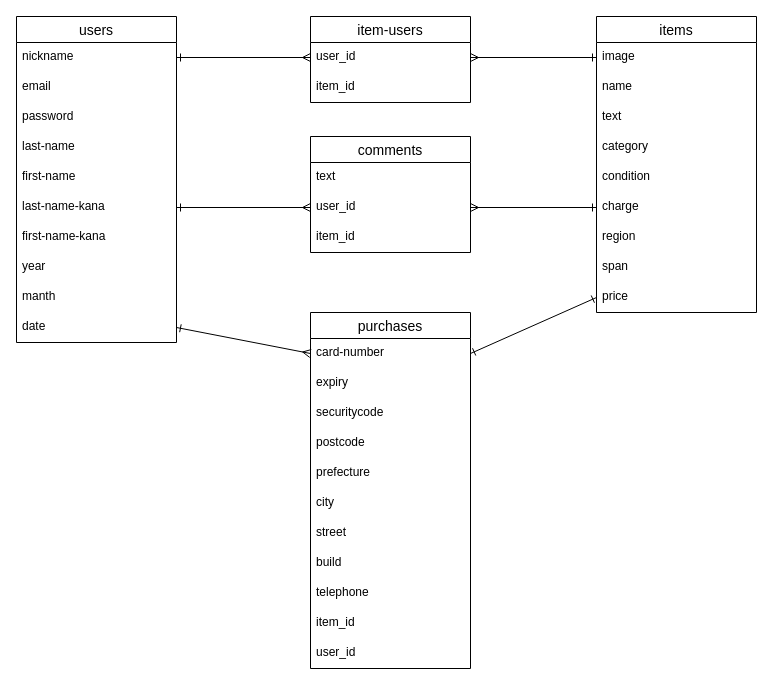
This is furima-40823.dio from calamelmaiku/furima-40823, a draw.io file, before an edit. Source tidied: cells renumbered, new cells numbered last; positions are measured from the earlier drawing's top-left corner, leaving out a move shared by most shapes. Both pictures are drawn from the tidied source at 100%, with x=0, y=0 at pixel (16, 16).
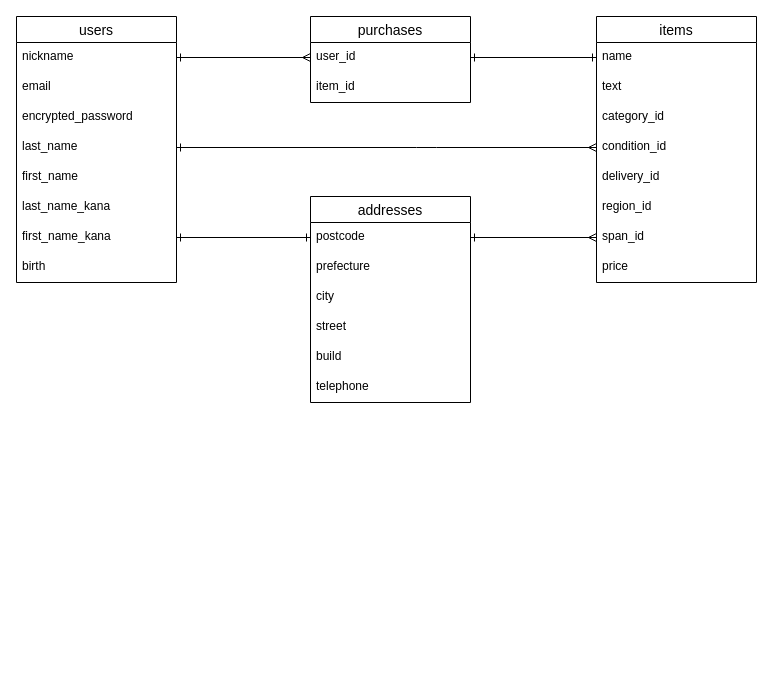
After the change.

Unchanged cells that the change refers to:
```xml
<mxCell id="40" value="user_id" style="text;strokeColor=none;fillColor=none;spacingLeft=4;spacingRight=4;overflow=hidden;points=[[0,0.5],[1,0.5]];portConstraint=eastwest;fontSize=12;" parent="39" vertex="1">
  <mxGeometry y="26" width="160" height="30" as="geometry" />
</mxCell>
```

What changed in the source:
```diff
@@
     <mxCell id="2" value="items" style="swimlane;fontStyle=0;horizontal=1;startSize=26;align=center;fontSize=14;" parent="1" vertex="1">
-      <mxGeometry x="580" width="160" height="296" as="geometry" />
+      <mxGeometry x="580" width="160" height="266" as="geometry" />
     </mxCell>
-    <mxCell id="3" value="image" style="text;strokeColor=none;fillColor=none;spacingLeft=4;spacingRight=4;overflow=hidden;points=[[0,0.5],[1,0.5]];portConstraint=eastwest;fontSize=12;" parent="2" vertex="1">
-      <mxGeometry y="26" width="160" height="30" as="geometry" />
-    </mxCell>
     <mxCell id="4" value="name" style="text;strokeColor=none;fillColor=none;spacingLeft=4;spacingRight=4;overflow=hidden;fontSize=12;" parent="2" vertex="1">
-      <mxGeometry y="56" width="160" height="30" as="geometry" />
+      <mxGeometry y="26" width="160" height="30" as="geometry" />
     </mxCell>
     <mxCell id="5" value="text" style="text;strokeColor=none;fillColor=none;spacingLeft=4;spacingRight=4;overflow=hidden;fontSize=12;" parent="2" vertex="1">
-      <mxGeometry y="86" width="160" height="30" as="geometry" />
+      <mxGeometry y="56" width="160" height="30" as="geometry" />
     </mxCell>
-    <mxCell id="6" value="category" style="text;strokeColor=none;fillColor=none;spacingLeft=4;spacingRight=4;overflow=hidden;fontSize=12;" parent="2" vertex="1">
-      <mxGeometry y="116" width="160" height="30" as="geometry" />
+    <mxCell id="6" value="category_id" style="text;strokeColor=none;fillColor=none;spacingLeft=4;spacingRight=4;overflow=hidden;fontSize=12;" parent="2" vertex="1">
+      <mxGeometry y="86" width="160" height="30" as="geometry" />
     </mxCell>
-    <mxCell id="7" value="condition" style="text;strokeColor=none;fillColor=none;spacingLeft=4;spacingRight=4;overflow=hidden;points=[[0,0.5],[1,0.5]];portConstraint=eastwest;fontSize=12;" parent="2" vertex="1">
-      <mxGeometry y="146" width="160" height="30" as="geometry" />
+    <mxCell id="7" value="condition_id" style="text;strokeColor=none;fillColor=none;spacingLeft=4;spacingRight=4;overflow=hidden;points=[[0,0.5],[1,0.5]];portConstraint=eastwest;fontSize=12;" parent="2" vertex="1">
+      <mxGeometry y="116" width="160" height="30" as="geometry" />
     </mxCell>
-    <mxCell id="8" value="charge" style="text;strokeColor=none;fillColor=none;spacingLeft=4;spacingRight=4;overflow=hidden;points=[[0,0.5],[1,0.5]];portConstraint=eastwest;fontSize=12;" parent="2" vertex="1">
-      <mxGeometry y="176" width="160" height="30" as="geometry" />
+    <mxCell id="8" value="delivery_id" style="text;strokeColor=none;fillColor=none;spacingLeft=4;spacingRight=4;overflow=hidden;points=[[0,0.5],[1,0.5]];portConstraint=eastwest;fontSize=12;" parent="2" vertex="1">
+      <mxGeometry y="146" width="160" height="30" as="geometry" />
     </mxCell>
-    <mxCell id="9" value="region" style="text;strokeColor=none;fillColor=none;spacingLeft=4;spacingRight=4;overflow=hidden;fontSize=12;" parent="2" vertex="1">
-      <mxGeometry y="206" width="160" height="30" as="geometry" />
+    <mxCell id="9" value="region_id" style="text;strokeColor=none;fillColor=none;spacingLeft=4;spacingRight=4;overflow=hidden;fontSize=12;" parent="2" vertex="1">
+      <mxGeometry y="176" width="160" height="30" as="geometry" />
     </mxCell>
-    <mxCell id="10" value="span" style="text;strokeColor=none;fillColor=none;spacingLeft=4;spacingRight=4;overflow=hidden;points=[[0,0.5],[1,0.5]];portConstraint=eastwest;fontSize=12;" parent="2" vertex="1">
-      <mxGeometry y="236" width="160" height="30" as="geometry" />
+    <mxCell id="10" value="span_id" style="text;strokeColor=none;fillColor=none;spacingLeft=4;spacingRight=4;overflow=hidden;points=[[0,0.5],[1,0.5]];portConstraint=eastwest;fontSize=12;" parent="2" vertex="1">
+      <mxGeometry y="206" width="160" height="30" as="geometry" />
     </mxCell>
     <mxCell id="11" value="price" style="text;strokeColor=none;fillColor=none;spacingLeft=4;spacingRight=4;overflow=hidden;points=[[0,0.5],[1,0.5]];portConstraint=eastwest;fontSize=12;" parent="2" vertex="1">
-      <mxGeometry y="266" width="160" height="30" as="geometry" />
+      <mxGeometry y="236" width="160" height="30" as="geometry" />
     </mxCell>
-    <mxCell id="12" value="comments" style="swimlane;fontStyle=0;horizontal=1;startSize=26;align=center;fontSize=14;" parent="1" vertex="1">
-      <mxGeometry x="294" y="120" width="160" height="116" as="geometry" />
-    </mxCell>
-    <mxCell id="13" value="text" style="text;strokeColor=none;fillColor=none;spacingLeft=4;spacingRight=4;overflow=hidden;fontSize=12;" parent="12" vertex="1">
-      <mxGeometry y="26" width="160" height="30" as="geometry" />
-    </mxCell>
-    <mxCell id="14" value="user_id" style="text;strokeColor=none;fillColor=none;spacingLeft=4;spacingRight=4;overflow=hidden;points=[[0,0.5],[1,0.5]];portConstraint=eastwest;fontSize=12;" parent="12" vertex="1">
-      <mxGeometry y="56" width="160" height="30" as="geometry" />
-    </mxCell>
-    <mxCell id="15" value="item_id" style="text;strokeColor=none;fillColor=none;spacingLeft=4;spacingRight=4;overflow=hidden;fontSize=12;" parent="12" vertex="1">
-      <mxGeometry y="86" width="160" height="30" as="geometry" />
-    </mxCell>
-    <mxCell id="16" value="purchases" style="swimlane;fontStyle=0;horizontal=1;startSize=26;align=center;fontSize=14;" parent="1" vertex="1">
-      <mxGeometry x="294" y="296" width="160" height="356" as="geometry" />
+    <mxCell id="16" value="addresses" style="swimlane;fontStyle=0;horizontal=1;startSize=26;align=center;fontSize=14;" parent="1" vertex="1">
+      <mxGeometry x="294" y="180" width="160" height="206" as="geometry" />
     </mxCell>
-    <mxCell id="17" value="card-number" style="text;strokeColor=none;fillColor=none;spacingLeft=4;spacingRight=4;overflow=hidden;points=[[0,0.5],[1,0.5]];portConstraint=eastwest;fontSize=12;" parent="16" vertex="1">
-      <mxGeometry y="26" width="160" height="30" as="geometry" />
-    </mxCell>
-    <mxCell id="18" value="expiry" style="text;strokeColor=none;fillColor=none;spacingLeft=4;spacingRight=4;overflow=hidden;fontSize=12;" parent="16" vertex="1">
-      <mxGeometry y="56" width="160" height="30" as="geometry" />
-    </mxCell>
-    <mxCell id="19" value="securitycode" style="text;strokeColor=none;fillColor=none;spacingLeft=4;spacingRight=4;overflow=hidden;fontSize=12;" parent="16" vertex="1">
-      <mxGeometry y="86" width="160" height="30" as="geometry" />
-    </mxCell>
     <mxCell id="20" value="postcode" style="text;strokeColor=none;fillColor=none;spacingLeft=4;spacingRight=4;overflow=hidden;points=[[0,0.5],[1,0.5]];portConstraint=eastwest;fontSize=12;" parent="16" vertex="1">
-      <mxGeometry y="116" width="160" height="30" as="geometry" />
+      <mxGeometry y="26" width="160" height="30" as="geometry" />
     </mxCell>
     <mxCell id="21" value="prefecture" style="text;strokeColor=none;fillColor=none;spacingLeft=4;spacingRight=4;overflow=hidden;fontSize=12;" parent="16" vertex="1">
-      <mxGeometry y="146" width="160" height="30" as="geometry" />
+      <mxGeometry y="56" width="160" height="30" as="geometry" />
     </mxCell>
     <mxCell id="22" value="city" style="text;strokeColor=none;fillColor=none;spacingLeft=4;spacingRight=4;overflow=hidden;fontSize=12;" parent="16" vertex="1">
-      <mxGeometry y="176" width="160" height="30" as="geometry" />
+      <mxGeometry y="86" width="160" height="30" as="geometry" />
     </mxCell>
     <mxCell id="23" value="street" style="text;strokeColor=none;fillColor=none;spacingLeft=4;spacingRight=4;overflow=hidden;fontSize=12;" parent="16" vertex="1">
-      <mxGeometry y="206" width="160" height="30" as="geometry" />
+      <mxGeometry y="116" width="160" height="30" as="geometry" />
     </mxCell>
     <mxCell id="24" value="build" style="text;strokeColor=none;fillColor=none;spacingLeft=4;spacingRight=4;overflow=hidden;fontSize=12;" parent="16" vertex="1">
-      <mxGeometry y="236" width="160" height="30" as="geometry" />
+      <mxGeometry y="146" width="160" height="30" as="geometry" />
     </mxCell>
     <mxCell id="25" value="telephone" style="text;strokeColor=none;fillColor=none;spacingLeft=4;spacingRight=4;overflow=hidden;fontSize=12;" parent="16" vertex="1">
-      <mxGeometry y="266" width="160" height="30" as="geometry" />
+      <mxGeometry y="176" width="160" height="30" as="geometry" />
     </mxCell>
-    <mxCell id="26" value="item_id" style="text;strokeColor=none;fillColor=none;spacingLeft=4;spacingRight=4;overflow=hidden;fontSize=12;" parent="16" vertex="1">
-      <mxGeometry y="296" width="160" height="30" as="geometry" />
-    </mxCell>
-    <mxCell id="27" value="user_id" style="text;strokeColor=none;fillColor=none;spacingLeft=4;spacingRight=4;overflow=hidden;fontSize=12;" parent="16" vertex="1">
-      <mxGeometry y="326" width="160" height="30" as="geometry" />
-    </mxCell>
     <mxCell id="28" value="users" style="swimlane;fontStyle=0;horizontal=1;startSize=26;align=center;fontSize=14;" parent="1" vertex="1">
-      <mxGeometry width="160" height="326" as="geometry" />
+      <mxGeometry width="160" height="266" as="geometry" />
     </mxCell>
@@
-    <mxCell id="31" value="password" style="text;strokeColor=none;fillColor=none;spacingLeft=4;spacingRight=4;overflow=hidden;fontSize=12;" parent="28" vertex="1">
-      <mxGeometry y="86" width="160" height="30" as="geometry" />
-    </mxCell>
+    <mxCell id="48" value="encrypted_password" style="text;strokeColor=none;fillColor=none;spacingLeft=4;spacingRight=4;overflow=hidden;fontSize=12;" parent="28" vertex="1">
+      <mxGeometry y="86" width="160" height="30" as="geometry" />
+    </mxCell>
-    <mxCell id="32" value="last-name" style="text;strokeColor=none;fillColor=none;spacingLeft=4;spacingRight=4;overflow=hidden;points=[[0,0.5],[1,0.5]];portConstraint=eastwest;fontSize=12;" parent="28" vertex="1">
+    <mxCell id="32" value="last_name" style="text;strokeColor=none;fillColor=none;spacingLeft=4;spacingRight=4;overflow=hidden;points=[[0,0.5],[1,0.5]];portConstraint=eastwest;fontSize=12;" parent="28" vertex="1">
       <mxGeometry y="116" width="160" height="30" as="geometry" />
     </mxCell>
-    <mxCell id="33" value="first-name" style="text;strokeColor=none;fillColor=none;spacingLeft=4;spacingRight=4;overflow=hidden;fontSize=12;" parent="28" vertex="1">
+    <mxCell id="33" value="first_name" style="text;strokeColor=none;fillColor=none;spacingLeft=4;spacingRight=4;overflow=hidden;fontSize=12;" parent="28" vertex="1">
       <mxGeometry y="146" width="160" height="30" as="geometry" />
     </mxCell>
-    <mxCell id="34" value="last-name-kana" style="text;strokeColor=none;fillColor=none;spacingLeft=4;spacingRight=4;overflow=hidden;points=[[0,0.5],[1,0.5]];portConstraint=eastwest;fontSize=12;" parent="28" vertex="1">
+    <mxCell id="34" value="last_name_kana" style="text;strokeColor=none;fillColor=none;spacingLeft=4;spacingRight=4;overflow=hidden;points=[[0,0.5],[1,0.5]];portConstraint=eastwest;fontSize=12;" parent="28" vertex="1">
       <mxGeometry y="176" width="160" height="30" as="geometry" />
     </mxCell>
-    <mxCell id="35" value="first-name-kana" style="text;strokeColor=none;fillColor=none;spacingLeft=4;spacingRight=4;overflow=hidden;points=[[0,0.5],[1,0.5]];portConstraint=eastwest;fontSize=12;" parent="28" vertex="1">
+    <mxCell id="35" value="first_name_kana" style="text;strokeColor=none;fillColor=none;spacingLeft=4;spacingRight=4;overflow=hidden;points=[[0,0.5],[1,0.5]];portConstraint=eastwest;fontSize=12;" parent="28" vertex="1">
       <mxGeometry y="206" width="160" height="30" as="geometry" />
     </mxCell>
-    <mxCell id="36" value="year" style="text;strokeColor=none;fillColor=none;spacingLeft=4;spacingRight=4;overflow=hidden;fontSize=12;" parent="28" vertex="1">
+    <mxCell id="36" value="birth" style="text;strokeColor=none;fillColor=none;spacingLeft=4;spacingRight=4;overflow=hidden;fontSize=12;" parent="28" vertex="1">
       <mxGeometry y="236" width="160" height="30" as="geometry" />
     </mxCell>
-    <mxCell id="37" value="manth" style="text;strokeColor=none;fillColor=none;spacingLeft=4;spacingRight=4;overflow=hidden;fontSize=12;" parent="28" vertex="1">
-      <mxGeometry y="266" width="160" height="30" as="geometry" />
-    </mxCell>
-    <mxCell id="38" value="date" style="text;strokeColor=none;fillColor=none;spacingLeft=4;spacingRight=4;overflow=hidden;points=[[0,0.5],[1,0.5]];portConstraint=eastwest;fontSize=12;" parent="28" vertex="1">
-      <mxGeometry y="296" width="160" height="30" as="geometry" />
-    </mxCell>
-    <mxCell id="39" value="item-users" style="swimlane;fontStyle=0;horizontal=1;startSize=26;align=center;fontSize=14;" parent="1" vertex="1">
+    <mxCell id="39" value="purchases" style="swimlane;fontStyle=0;horizontal=1;startSize=26;align=center;fontSize=14;" parent="1" vertex="1">
       <mxGeometry x="294" width="160" height="86" as="geometry" />
     </mxCell>
@@
-    <mxCell id="43" style="edgeStyle=none;html=1;exitX=1;exitY=0.5;exitDx=0;exitDy=0;entryX=0;entryY=0.5;entryDx=0;entryDy=0;startArrow=ERmany;startFill=0;endArrow=ERone;endFill=0;" parent="1" edge="1" source="40" target="3">
-      <mxGeometry relative="1" as="geometry" />
+    <mxCell id="43" style="edgeStyle=none;html=1;exitX=1;exitY=0.5;exitDx=0;exitDy=0;entryX=0;entryY=0.5;entryDx=0;entryDy=0;startArrow=ERone;startFill=0;endArrow=ERone;endFill=0;" parent="1" edge="1" source="40">
+      <mxGeometry relative="1" as="geometry">
+        <mxPoint x="580" y="41" as="targetPoint" />
+      </mxGeometry>
     </mxCell>
-    <mxCell id="44" style="edgeStyle=none;html=1;exitX=1;exitY=0.5;exitDx=0;exitDy=0;entryX=0;entryY=0.5;entryDx=0;entryDy=0;startArrow=ERone;startFill=0;endArrow=ERmany;endFill=0;" parent="1" edge="1" source="34" target="14">
-      <mxGeometry relative="1" as="geometry" />
-    </mxCell>
-    <mxCell id="45" style="edgeStyle=none;html=1;exitX=1;exitY=0.5;exitDx=0;exitDy=0;entryX=0;entryY=0.5;entryDx=0;entryDy=0;endArrow=ERone;endFill=0;startArrow=ERmany;startFill=0;" parent="1" edge="1" source="14" target="8">
-      <mxGeometry relative="1" as="geometry" />
-    </mxCell>
-    <mxCell id="46" style="edgeStyle=none;html=1;exitX=1;exitY=0.5;exitDx=0;exitDy=0;entryX=0;entryY=0.5;entryDx=0;entryDy=0;endArrow=ERone;endFill=0;startArrow=ERone;startFill=0;" parent="1" edge="1" source="17" target="11">
+    <mxCell id="46" style="edgeStyle=none;html=1;exitX=1;exitY=0.5;exitDx=0;exitDy=0;entryX=0;entryY=0.5;entryDx=0;entryDy=0;endArrow=ERmany;endFill=0;startArrow=ERone;startFill=0;" parent="1" edge="1" source="20" target="10">
       <mxGeometry relative="1" as="geometry" />
     </mxCell>
-    <mxCell id="47" style="edgeStyle=none;html=1;exitX=1;exitY=0.5;exitDx=0;exitDy=0;entryX=0;entryY=0.5;entryDx=0;entryDy=0;startArrow=ERone;startFill=0;endArrow=ERmany;endFill=0;" parent="1" edge="1" source="38" target="17">
+    <mxCell id="47" style="edgeStyle=none;html=1;exitX=1;exitY=0.5;exitDx=0;exitDy=0;entryX=0;entryY=0.5;entryDx=0;entryDy=0;startArrow=ERone;startFill=0;endArrow=ERone;endFill=0;" parent="1" edge="1" source="35" target="20">
       <mxGeometry relative="1" as="geometry" />
     </mxCell>
+    <mxCell id="49" style="edgeStyle=none;html=1;exitX=1;exitY=0.5;exitDx=0;exitDy=0;entryX=0;entryY=0.5;entryDx=0;entryDy=0;endArrow=ERmany;endFill=0;startArrow=ERone;startFill=0;" parent="1" edge="1" source="32" target="7">
+      <mxGeometry relative="1" as="geometry">
+        <Array as="points">
+          <mxPoint x="410" y="131" />
+        </Array>
+      </mxGeometry>
+    </mxCell>
```
